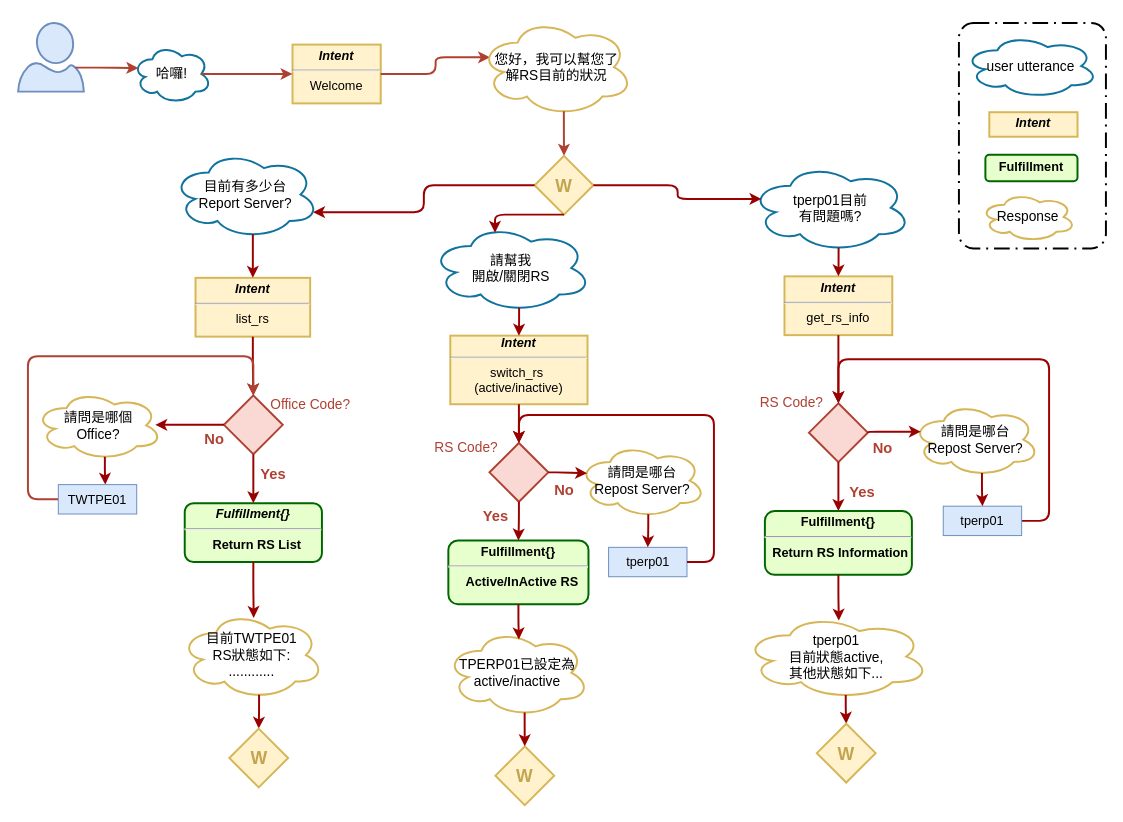
Above: page "whl_report" (2 of 4) of resources/assets/qa_bot dialog flow.drawio in shihxuancheng/qa_bot (draw.io), before the change. Source tidied: cells renumbered, new cells numbered last; positions are measured from the earlier drawing's top-left corner, leaving out a move shared by most shapes. Both pictures are drawn from the tidied source at 98%, with x=0, y=0 at pixel (18, 18).
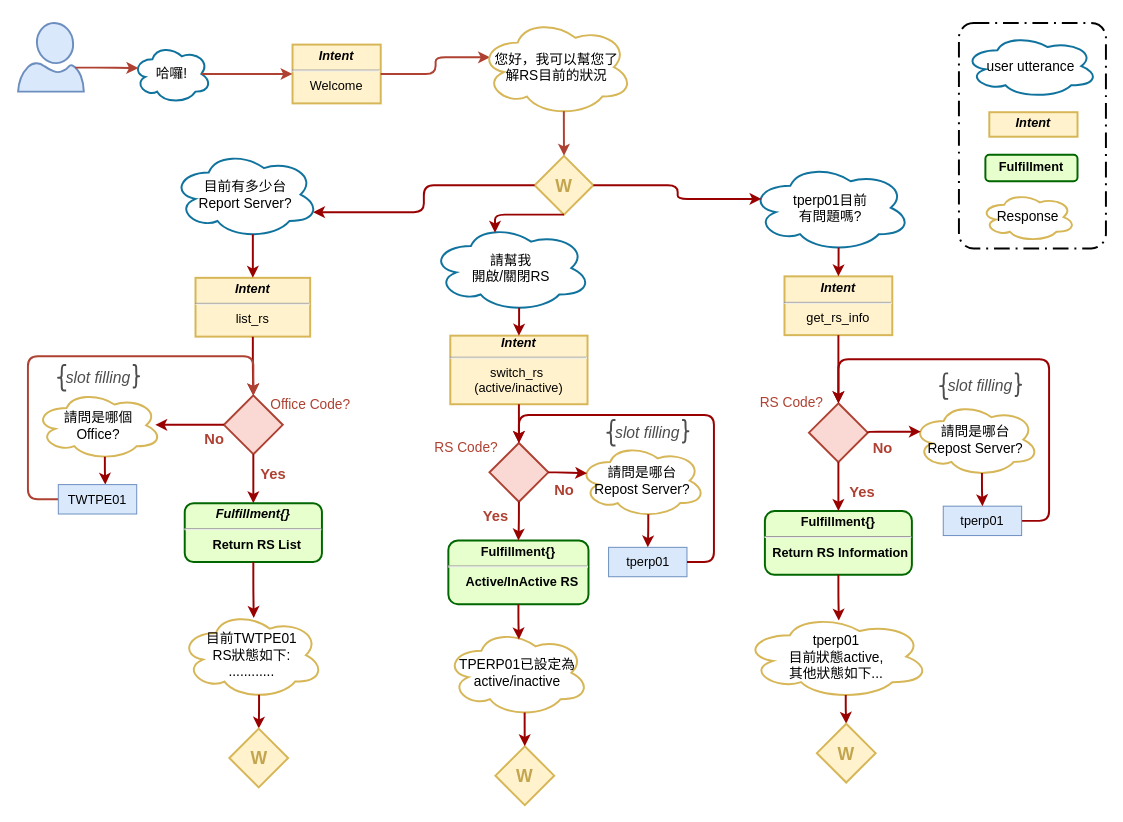
The same page after the edit.

Diff of the diagram source:
```diff
@@
+    <mxCell id="76" style="group;" parent="1" vertex="1">
+      <mxGeometry x="40" y="354" width="84" height="26" as="geometry" />
+    </mxCell>
+    <mxCell id="77" style="shape=curlyBracket;whiteSpace=wrap;html=1;rounded=1;shadow=0;glass=0;comic=0;strokeColor=#4D4D4D;strokeWidth=2;fillColor=none;fontSize=14;align=right;" parent="76" vertex="1">
+      <mxGeometry width="9" height="26" as="geometry" />
+    </mxCell>
+    <mxCell id="78" style="shape=curlyBracket;whiteSpace=wrap;html=1;rounded=1;shadow=0;glass=0;comic=0;strokeColor=#4D4D4D;strokeWidth=2;fillColor=none;fontSize=14;align=right;rotation=180;" parent="76" vertex="1">
+      <mxGeometry x="77" width="7" height="23" as="geometry" />
+    </mxCell>
+    <mxCell id="79" value="slot filling" style="text;align=center;verticalAlign=middle;fillColor=none;strokeColor=none;rounded=0;shadow=0;comic=0;fontSize=16;fontColor=#4D4D4D;fontStyle=2;" parent="76" vertex="1">
+      <mxGeometry x="7" y="1.5" width="70" height="20" as="geometry" />
+    </mxCell>
+    <mxCell id="80" style="group;" parent="1" vertex="1">
+      <mxGeometry x="600.5" y="410" width="84" height="26" as="geometry" />
+    </mxCell>
+    <mxCell id="81" style="shape=curlyBracket;whiteSpace=wrap;html=1;rounded=1;shadow=0;glass=0;comic=0;strokeColor=#4D4D4D;strokeWidth=2;fillColor=none;fontSize=14;align=right;" parent="80" vertex="1">
+      <mxGeometry width="9" height="26" as="geometry" />
+    </mxCell>
+    <mxCell id="82" style="shape=curlyBracket;whiteSpace=wrap;html=1;rounded=1;shadow=0;glass=0;comic=0;strokeColor=#4D4D4D;strokeWidth=2;fillColor=none;fontSize=14;align=right;rotation=180;" parent="80" vertex="1">
+      <mxGeometry x="77" width="7" height="23" as="geometry" />
+    </mxCell>
+    <mxCell id="83" value="slot filling" style="text;align=center;verticalAlign=middle;fillColor=none;strokeColor=none;rounded=0;shadow=0;comic=0;fontSize=16;fontColor=#4D4D4D;fontStyle=2;" parent="80" vertex="1">
+      <mxGeometry x="7" y="1.5" width="70" height="20" as="geometry" />
+    </mxCell>
+    <mxCell id="84" style="group;" parent="1" vertex="1">
+      <mxGeometry x="940" y="362.5" width="84" height="26" as="geometry" />
+    </mxCell>
+    <mxCell id="85" style="shape=curlyBracket;whiteSpace=wrap;html=1;rounded=1;shadow=0;glass=0;comic=0;strokeColor=#4D4D4D;strokeWidth=2;fillColor=none;fontSize=14;align=right;" parent="84" vertex="1">
+      <mxGeometry width="9" height="26" as="geometry" />
+    </mxCell>
+    <mxCell id="86" style="shape=curlyBracket;whiteSpace=wrap;html=1;rounded=1;shadow=0;glass=0;comic=0;strokeColor=#4D4D4D;strokeWidth=2;fillColor=none;fontSize=14;align=right;rotation=180;" parent="84" vertex="1">
+      <mxGeometry x="77" width="7" height="23" as="geometry" />
+    </mxCell>
+    <mxCell id="87" value="slot filling" style="text;align=center;verticalAlign=middle;fillColor=none;strokeColor=none;rounded=0;shadow=0;comic=0;fontSize=16;fontColor=#4D4D4D;fontStyle=2;" parent="84" vertex="1">
+      <mxGeometry x="7" y="1.5" width="70" height="20" as="geometry" />
+    </mxCell>
```
